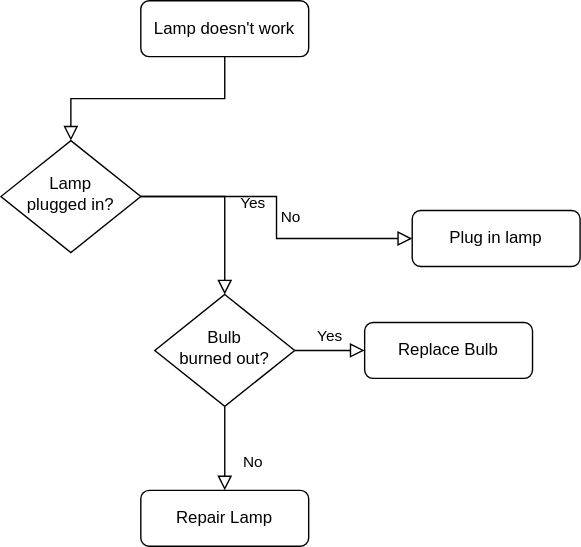
Before: 未命名绘图.drawio.svg, a diagram exported from draw.io (xitui/my-drawio-graph). Source tidied: cells renumbered, new cells last; positions are measured from the earlier drawing's top-left corner, leaving out a move shared by most shapes.
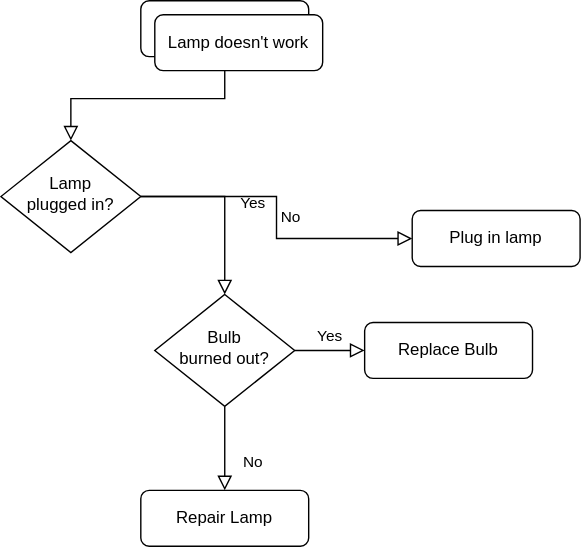
The same file after the commit.

Commit message:
更新未命名绘图.drawio.svg

The edit, as a diff of the source:
```diff
@@ -35,5 +35,8 @@
     <mxCell id="12" value="Replace Bulb" style="rounded=1;whiteSpace=wrap;html=1;fontSize=12;glass=0;strokeWidth=1;shadow=0;" parent="1" vertex="1">
       <mxGeometry x="260" y="230" width="120" height="40" as="geometry" />
     </mxCell>
+    <mxCell id="13" value="Lamp doesn't work" style="rounded=1;whiteSpace=wrap;html=1;fontSize=12;glass=0;strokeWidth=1;shadow=0;" parent="1" vertex="1">
+      <mxGeometry x="110" y="10" width="120" height="40" as="geometry" />
+    </mxCell>
   </root>
 </mxGraphModel>
```
